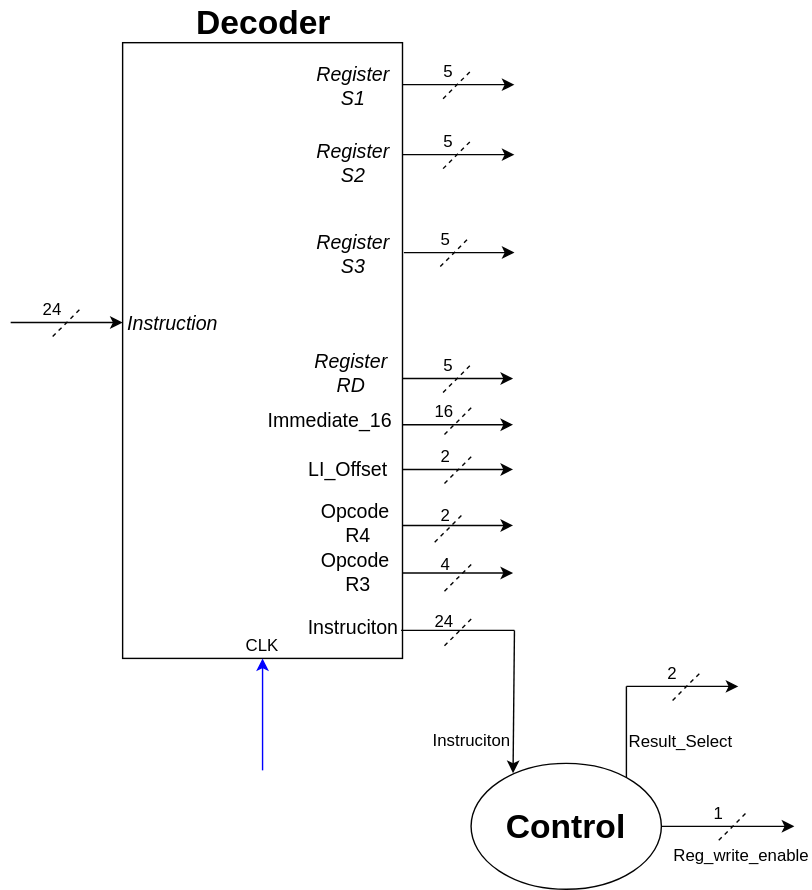
Above: Block_Diagrams_Schematic/Decoder_&_Control_Unit/Decoder___Control.svg in WilmerSuarez/Multimedia_Processor_ESE345 (draw.io), before the change. Source tidied: cells renumbered, new cells last; positions are measured from the earlier drawing's top-left corner, leaving out a move shared by most shapes. Its diagram source:
```xml
<mxGraphModel background="#ffffff">
  <root>
    <mxCell id="0" />
    <mxCell id="1" parent="0" />
    <mxCell id="2" style="endArrow=classic;html=1;strokeColor=#030303;" parent="1" edge="1">
      <mxGeometry relative="1" as="geometry">
        <mxPoint y="230" as="sourcePoint" />
        <mxPoint x="80" y="230" as="targetPoint" />
      </mxGeometry>
    </mxCell>
    <mxCell id="3" value="24" style="text;html=1;strokeColor=none;fillColor=none;align=center;verticalAlign=middle;whiteSpace=wrap;rounded=0;" parent="1" vertex="1">
      <mxGeometry x="10" y="210" width="40" height="20" as="geometry" />
    </mxCell>
    <mxCell id="4" style="rounded=0;whiteSpace=wrap;html=1;" parent="1" vertex="1">
      <mxGeometry x="80" y="30" width="200" height="440" as="geometry" />
    </mxCell>
    <mxCell id="5" value="&lt;b&gt;&lt;font style=&quot;font-size: 24px&quot;&gt;Decoder&lt;/font&gt;&lt;/b&gt;" style="text;html=1;strokeColor=none;fillColor=none;align=center;verticalAlign=middle;whiteSpace=wrap;rounded=0;" parent="1" vertex="1">
      <mxGeometry x="125" width="110" height="30" as="geometry" />
    </mxCell>
    <mxCell id="6" value="CLK" style="text;html=1;strokeColor=none;fillColor=none;align=center;verticalAlign=middle;whiteSpace=wrap;rounded=0;" parent="1" vertex="1">
      <mxGeometry x="160" y="450" width="40" height="20" as="geometry" />
    </mxCell>
    <mxCell id="7" style="endArrow=classic;html=1;strokeColor=#0000FF;" parent="1" edge="1">
      <mxGeometry relative="1" as="geometry">
        <mxPoint x="180" y="550" as="sourcePoint" />
        <mxPoint x="180" y="470" as="targetPoint" />
      </mxGeometry>
    </mxCell>
    <mxCell id="8" value="&lt;i&gt;&lt;font style=&quot;font-size: 14px&quot;&gt;Instruction&lt;/font&gt;&lt;/i&gt;" style="text;html=1;strokeColor=none;fillColor=none;align=center;verticalAlign=middle;whiteSpace=wrap;rounded=0;" parent="1" vertex="1">
      <mxGeometry x="80" y="220" width="70" height="20" as="geometry" />
    </mxCell>
    <mxCell id="9" value="&lt;i&gt;&lt;font style=&quot;font-size: 14px&quot;&gt;Register S1&lt;/font&gt;&lt;/i&gt;" style="text;html=1;strokeColor=none;fillColor=none;align=center;verticalAlign=middle;whiteSpace=wrap;rounded=0;" parent="1" vertex="1">
      <mxGeometry x="215" y="50" width="60" height="20" as="geometry" />
    </mxCell>
    <mxCell id="10" style="endArrow=none;dashed=1;html=1;strokeColor=#030303;" parent="1" edge="1">
      <mxGeometry relative="1" as="geometry">
        <mxPoint x="30" y="240" as="sourcePoint" />
        <mxPoint x="50" y="220" as="targetPoint" />
      </mxGeometry>
    </mxCell>
    <mxCell id="11" value="&lt;i&gt;&lt;font style=&quot;font-size: 14px&quot;&gt;Register S2&lt;/font&gt;&lt;/i&gt;" style="text;html=1;strokeColor=none;fillColor=none;align=center;verticalAlign=middle;whiteSpace=wrap;rounded=0;" parent="1" vertex="1">
      <mxGeometry x="215" y="105" width="60" height="20" as="geometry" />
    </mxCell>
    <mxCell id="12" value="&lt;i&gt;&lt;font style=&quot;font-size: 14px&quot;&gt;Register S3&lt;/font&gt;&lt;/i&gt;" style="text;html=1;strokeColor=none;fillColor=none;align=center;verticalAlign=middle;whiteSpace=wrap;rounded=0;" parent="1" vertex="1">
      <mxGeometry x="215" y="170" width="60" height="20" as="geometry" />
    </mxCell>
    <mxCell id="13" style="endArrow=classic;html=1;strokeColor=#030303;" parent="1" edge="1">
      <mxGeometry relative="1" as="geometry">
        <mxPoint x="280" y="60" as="sourcePoint" />
        <mxPoint x="360" y="60" as="targetPoint" />
      </mxGeometry>
    </mxCell>
    <mxCell id="14" value="&lt;i&gt;&lt;font style=&quot;font-size: 14px&quot;&gt;Register RD&lt;/font&gt;&lt;/i&gt;" style="text;html=1;strokeColor=none;fillColor=none;align=center;verticalAlign=middle;whiteSpace=wrap;rounded=0;direction=west;" parent="1" vertex="1">
      <mxGeometry x="215" y="255" width="57" height="20" as="geometry" />
    </mxCell>
    <mxCell id="15" value="&lt;font style=&quot;font-size: 14px&quot;&gt;Immediate_16&lt;/font&gt;" style="text;html=1;" parent="1" vertex="1">
      <mxGeometry x="182" y="285" width="90" height="30" as="geometry" />
    </mxCell>
    <mxCell id="16" style="endArrow=classic;html=1;strokeColor=#030303;" parent="1" edge="1">
      <mxGeometry relative="1" as="geometry">
        <mxPoint x="280" y="110" as="sourcePoint" />
        <mxPoint x="360" y="110" as="targetPoint" />
      </mxGeometry>
    </mxCell>
    <mxCell id="17" style="endArrow=classic;html=1;strokeColor=#030303;" parent="1" edge="1">
      <mxGeometry relative="1" as="geometry">
        <mxPoint x="281" y="180" as="sourcePoint" />
        <mxPoint x="360" y="180" as="targetPoint" />
      </mxGeometry>
    </mxCell>
    <mxCell id="18" style="ellipse;whiteSpace=wrap;html=1;strokeColor=#030303;" parent="1" vertex="1">
      <mxGeometry x="329" y="545" width="136" height="90" as="geometry" />
    </mxCell>
    <mxCell id="19" value="&lt;b&gt;&lt;font style=&quot;font-size: 24px&quot;&gt;Control&lt;/font&gt;&lt;/b&gt;" style="text;html=1;strokeColor=none;fillColor=none;align=center;verticalAlign=middle;whiteSpace=wrap;rounded=0;" parent="1" vertex="1">
      <mxGeometry x="342" y="580" width="110" height="20" as="geometry" />
    </mxCell>
    <mxCell id="20" value="&lt;font style=&quot;font-size: 14px&quot;&gt;LI_Offset&lt;/font&gt;" style="text;html=1;" parent="1" vertex="1">
      <mxGeometry x="211" y="320" width="64" height="30" as="geometry" />
    </mxCell>
    <mxCell id="21" value="&lt;div style=&quot;text-align: center&quot;&gt;&lt;span style=&quot;font-size: 14px&quot;&gt;Opcode&amp;nbsp;&lt;/span&gt;&lt;/div&gt;&lt;div style=&quot;text-align: center&quot;&gt;&lt;span style=&quot;font-size: 14px&quot;&gt;R4&lt;/span&gt;&lt;/div&gt;" style="text;html=1;" parent="1" vertex="1">
      <mxGeometry x="220" y="350" width="55" height="30" as="geometry" />
    </mxCell>
    <mxCell id="22" value="&lt;div style=&quot;text-align: center&quot;&gt;&lt;span style=&quot;font-size: 14px&quot;&gt;Opcode&amp;nbsp;&lt;/span&gt;&lt;/div&gt;&lt;div style=&quot;text-align: center&quot;&gt;&lt;font style=&quot;font-size: 14px&quot;&gt;R3&lt;/font&gt;&lt;/div&gt;" style="text;html=1;" parent="1" vertex="1">
      <mxGeometry x="220" y="385" width="55" height="30" as="geometry" />
    </mxCell>
    <mxCell id="23" value="5" style="text;html=1;strokeColor=none;fillColor=none;align=center;verticalAlign=middle;whiteSpace=wrap;rounded=0;" parent="1" vertex="1">
      <mxGeometry x="292" y="250" width="40" height="20" as="geometry" />
    </mxCell>
    <mxCell id="24" value="16" style="text;html=1;strokeColor=none;fillColor=none;align=center;verticalAlign=middle;whiteSpace=wrap;rounded=0;" parent="1" vertex="1">
      <mxGeometry x="290" y="283" width="40" height="20" as="geometry" />
    </mxCell>
    <mxCell id="25" value="2" style="text;html=1;strokeColor=none;fillColor=none;align=center;verticalAlign=middle;whiteSpace=wrap;rounded=0;" parent="1" vertex="1">
      <mxGeometry x="290" y="315" width="40" height="20" as="geometry" />
    </mxCell>
    <mxCell id="26" style="endArrow=none;dashed=1;html=1;strokeColor=#030303;" parent="1" edge="1">
      <mxGeometry relative="1" as="geometry">
        <mxPoint x="310" y="310" as="sourcePoint" />
        <mxPoint x="330" y="290" as="targetPoint" />
      </mxGeometry>
    </mxCell>
    <mxCell id="27" style="endArrow=none;html=1;shadow=0;strokeColor=#030303;fillColor=#000099;exitX=0.818;exitY=0.116;exitPerimeter=0;" parent="1" edge="1" source="18">
      <mxGeometry relative="1" as="geometry">
        <mxPoint x="440" y="490" as="targetPoint" />
        <Array as="points">
          <mxPoint x="440" y="520" />
        </Array>
      </mxGeometry>
    </mxCell>
    <mxCell id="28" style="endArrow=classic;html=1;shadow=0;strokeColor=#030303;fillColor=#000099;" parent="1" edge="1">
      <mxGeometry relative="1" as="geometry">
        <mxPoint x="440" y="490" as="sourcePoint" />
        <mxPoint x="520" y="490" as="targetPoint" />
      </mxGeometry>
    </mxCell>
    <mxCell id="29" value="&lt;font style=&quot;font-size: 14px&quot;&gt;Instruciton&lt;/font&gt;" style="text;html=1;strokeColor=none;fillColor=none;align=center;verticalAlign=middle;whiteSpace=wrap;rounded=0;" parent="1" vertex="1">
      <mxGeometry x="224" y="437" width="40" height="20" as="geometry" />
    </mxCell>
    <mxCell id="30" style="endArrow=none;html=1;shadow=0;strokeColor=#030303;fillColor=#000099;exitX=0.996;exitY=0.954;exitPerimeter=0;" parent="1" edge="1" source="4">
      <mxGeometry relative="1" as="geometry">
        <mxPoint x="360" y="450" as="targetPoint" />
      </mxGeometry>
    </mxCell>
    <mxCell id="31" style="endArrow=none;dashed=1;html=1;strokeColor=#030303;" parent="1" edge="1">
      <mxGeometry relative="1" as="geometry">
        <mxPoint x="310" y="345" as="sourcePoint" />
        <mxPoint x="330" y="325" as="targetPoint" />
      </mxGeometry>
    </mxCell>
    <mxCell id="32" value="24" style="text;html=1;strokeColor=none;fillColor=none;align=center;verticalAlign=middle;whiteSpace=wrap;rounded=0;" parent="1" vertex="1">
      <mxGeometry x="290" y="433" width="40" height="20" as="geometry" />
    </mxCell>
    <mxCell id="33" style="endArrow=none;dashed=1;html=1;strokeColor=#030303;" parent="1" edge="1">
      <mxGeometry relative="1" as="geometry">
        <mxPoint x="310" y="461" as="sourcePoint" />
        <mxPoint x="330" y="441" as="targetPoint" />
      </mxGeometry>
    </mxCell>
    <mxCell id="34" style="endArrow=none;dashed=1;html=1;strokeColor=#030303;" parent="1" edge="1">
      <mxGeometry relative="1" as="geometry">
        <mxPoint x="303" y="387" as="sourcePoint" />
        <mxPoint x="323" y="367" as="targetPoint" />
      </mxGeometry>
    </mxCell>
    <mxCell id="35" value="2" style="text;html=1;strokeColor=none;fillColor=none;align=center;verticalAlign=middle;whiteSpace=wrap;rounded=0;" parent="1" vertex="1">
      <mxGeometry x="290" y="357" width="40" height="20" as="geometry" />
    </mxCell>
    <mxCell id="36" style="endArrow=none;dashed=1;html=1;strokeColor=#030303;" parent="1" edge="1">
      <mxGeometry relative="1" as="geometry">
        <mxPoint x="310" y="422" as="sourcePoint" />
        <mxPoint x="330" y="402" as="targetPoint" />
      </mxGeometry>
    </mxCell>
    <mxCell id="37" value="4" style="text;html=1;strokeColor=none;fillColor=none;align=center;verticalAlign=middle;whiteSpace=wrap;rounded=0;" parent="1" vertex="1">
      <mxGeometry x="290" y="392" width="40" height="20" as="geometry" />
    </mxCell>
    <mxCell id="38" style="endArrow=classic;html=1;strokeColor=#030303;" parent="1" edge="1">
      <mxGeometry relative="1" as="geometry">
        <mxPoint x="280" y="409" as="sourcePoint" />
        <mxPoint x="359" y="409" as="targetPoint" />
      </mxGeometry>
    </mxCell>
    <mxCell id="39" style="endArrow=classic;html=1;strokeColor=#030303;" parent="1" edge="1">
      <mxGeometry relative="1" as="geometry">
        <mxPoint x="280" y="375" as="sourcePoint" />
        <mxPoint x="359" y="375" as="targetPoint" />
      </mxGeometry>
    </mxCell>
    <mxCell id="40" style="endArrow=classic;html=1;strokeColor=#030303;" parent="1" edge="1">
      <mxGeometry relative="1" as="geometry">
        <mxPoint x="280" y="335" as="sourcePoint" />
        <mxPoint x="359" y="335" as="targetPoint" />
      </mxGeometry>
    </mxCell>
    <mxCell id="41" style="endArrow=classic;html=1;strokeColor=#030303;" parent="1" edge="1">
      <mxGeometry relative="1" as="geometry">
        <mxPoint x="280" y="303" as="sourcePoint" />
        <mxPoint x="359" y="303" as="targetPoint" />
      </mxGeometry>
    </mxCell>
    <mxCell id="42" style="endArrow=classic;html=1;strokeColor=#030303;" parent="1" edge="1">
      <mxGeometry relative="1" as="geometry">
        <mxPoint x="280" y="270" as="sourcePoint" />
        <mxPoint x="359" y="270" as="targetPoint" />
      </mxGeometry>
    </mxCell>
    <mxCell id="43" style="endArrow=none;dashed=1;html=1;strokeColor=#030303;" parent="1" edge="1">
      <mxGeometry relative="1" as="geometry">
        <mxPoint x="309" y="280" as="sourcePoint" />
        <mxPoint x="329" y="260" as="targetPoint" />
      </mxGeometry>
    </mxCell>
    <mxCell id="44" style="endArrow=classic;html=1;shadow=0;strokeColor=#030303;fillColor=#000099;entryX=0.223;entryY=0.081;entryPerimeter=0;" parent="1" edge="1" target="18">
      <mxGeometry relative="1" as="geometry">
        <mxPoint x="360" y="450" as="sourcePoint" />
      </mxGeometry>
    </mxCell>
    <mxCell id="45" style="endArrow=none;dashed=1;html=1;strokeColor=#030303;" parent="1" edge="1">
      <mxGeometry relative="1" as="geometry">
        <mxPoint x="473" y="500" as="sourcePoint" />
        <mxPoint x="493" y="480" as="targetPoint" />
      </mxGeometry>
    </mxCell>
    <mxCell id="46" value="2" style="text;html=1;strokeColor=none;fillColor=none;align=center;verticalAlign=middle;whiteSpace=wrap;rounded=0;" parent="1" vertex="1">
      <mxGeometry x="452" y="470" width="40" height="20" as="geometry" />
    </mxCell>
    <mxCell id="47" value="Result_Select&lt;div&gt;&lt;br&gt;&lt;/div&gt;" style="text;html=1;align=left;verticalAlign=top;spacingTop=-4;" parent="1" vertex="1">
      <mxGeometry x="440" y="520" width="90" height="30" as="geometry" />
    </mxCell>
    <mxCell id="48" value="Instruciton" style="text;html=1;" parent="1" vertex="1">
      <mxGeometry x="300" y="515" width="80" height="30" as="geometry" />
    </mxCell>
    <mxCell id="49" value="5" style="text;html=1;strokeColor=none;fillColor=none;align=center;verticalAlign=middle;whiteSpace=wrap;rounded=0;" parent="1" vertex="1">
      <mxGeometry x="290" y="160" width="40" height="20" as="geometry" />
    </mxCell>
    <mxCell id="50" style="endArrow=none;dashed=1;html=1;strokeColor=#030303;" parent="1" edge="1">
      <mxGeometry relative="1" as="geometry">
        <mxPoint x="307" y="190" as="sourcePoint" />
        <mxPoint x="327" y="170" as="targetPoint" />
      </mxGeometry>
    </mxCell>
    <mxCell id="51" value="5" style="text;html=1;strokeColor=none;fillColor=none;align=center;verticalAlign=middle;whiteSpace=wrap;rounded=0;" parent="1" vertex="1">
      <mxGeometry x="292" y="90" width="40" height="20" as="geometry" />
    </mxCell>
    <mxCell id="52" style="endArrow=none;dashed=1;html=1;strokeColor=#030303;" parent="1" edge="1">
      <mxGeometry relative="1" as="geometry">
        <mxPoint x="309" y="120" as="sourcePoint" />
        <mxPoint x="329" y="100" as="targetPoint" />
      </mxGeometry>
    </mxCell>
    <mxCell id="53" value="5" style="text;html=1;strokeColor=none;fillColor=none;align=center;verticalAlign=middle;whiteSpace=wrap;rounded=0;" parent="1" vertex="1">
      <mxGeometry x="292" y="40" width="40" height="20" as="geometry" />
    </mxCell>
    <mxCell id="54" style="endArrow=none;dashed=1;html=1;strokeColor=#030303;" parent="1" edge="1">
      <mxGeometry relative="1" as="geometry">
        <mxPoint x="309" y="70" as="sourcePoint" />
        <mxPoint x="329" y="50" as="targetPoint" />
      </mxGeometry>
    </mxCell>
    <mxCell id="55" style="endArrow=classic;html=1;shadow=0;strokeColor=#030303;fillColor=#000099;exitX=1;exitY=0.5;" parent="1" edge="1" source="18">
      <mxGeometry relative="1" as="geometry">
        <mxPoint x="560" y="590" as="targetPoint" />
      </mxGeometry>
    </mxCell>
    <mxCell id="56" style="endArrow=none;dashed=1;html=1;strokeColor=#030303;" parent="1" edge="1">
      <mxGeometry relative="1" as="geometry">
        <mxPoint x="506" y="600" as="sourcePoint" />
        <mxPoint x="526" y="580" as="targetPoint" />
      </mxGeometry>
    </mxCell>
    <mxCell id="57" value="1" style="text;html=1;strokeColor=none;fillColor=none;align=center;verticalAlign=middle;whiteSpace=wrap;rounded=0;" parent="1" vertex="1">
      <mxGeometry x="485" y="570" width="40" height="20" as="geometry" />
    </mxCell>
    <mxCell id="58" value="Reg_write_enable" style="text;html=1;" parent="1" vertex="1">
      <mxGeometry x="472" y="597" width="100" height="30" as="geometry" />
    </mxCell>
  </root>
</mxGraphModel>
```
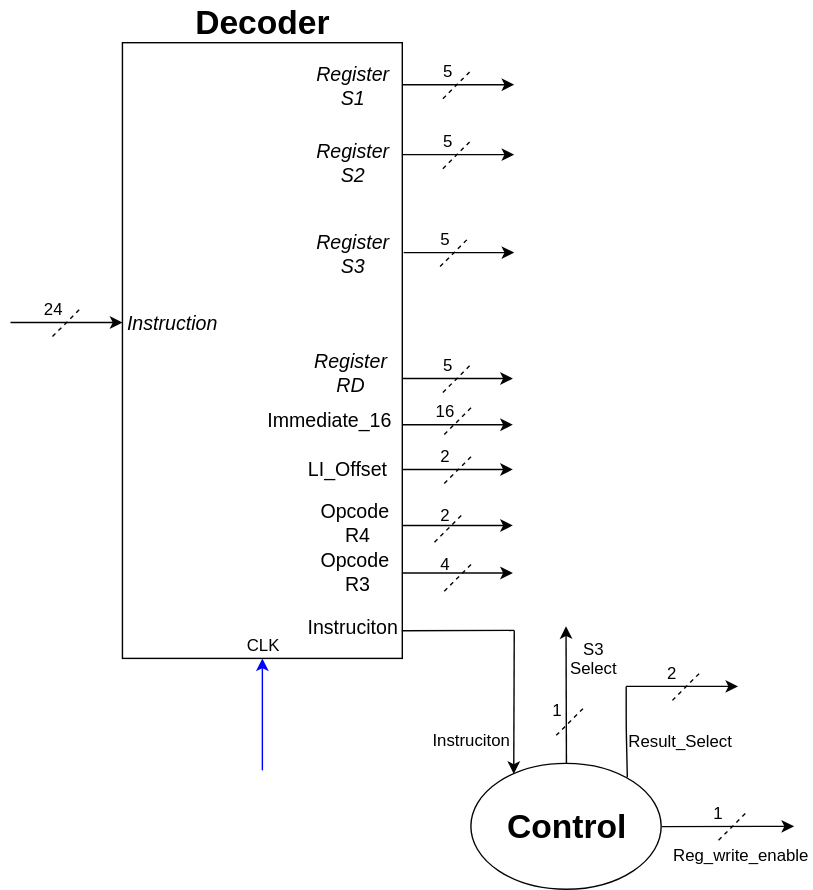
After the commit.

Change to the diagram source:
```diff
@@ -126,13 +126,13 @@
         <mxPoint x="330" y="325" as="targetPoint" />
       </mxGeometry>
     </mxCell>
-    <mxCell id="32" value="24" style="text;html=1;strokeColor=none;fillColor=none;align=center;verticalAlign=middle;whiteSpace=wrap;rounded=0;" parent="1" vertex="1">
-      <mxGeometry x="290" y="433" width="40" height="20" as="geometry" />
+    <mxCell id="32" value="1" style="text;html=1;strokeColor=none;fillColor=none;align=center;verticalAlign=middle;whiteSpace=wrap;rounded=0;" parent="1" vertex="1">
+      <mxGeometry x="370" y="497" width="40" height="20" as="geometry" />
     </mxCell>
     <mxCell id="33" style="endArrow=none;dashed=1;html=1;strokeColor=#030303;" parent="1" edge="1">
       <mxGeometry relative="1" as="geometry">
-        <mxPoint x="310" y="461" as="sourcePoint" />
-        <mxPoint x="330" y="441" as="targetPoint" />
+        <mxPoint x="390" y="525" as="sourcePoint" />
+        <mxPoint x="410" y="505" as="targetPoint" />
       </mxGeometry>
     </mxCell>
     <mxCell id="34" style="endArrow=none;dashed=1;html=1;strokeColor=#030303;" parent="1" edge="1">
@@ -253,5 +253,13 @@
     <mxCell id="58" value="Reg_write_enable" style="text;html=1;" parent="1" vertex="1">
       <mxGeometry x="472" y="597" width="100" height="30" as="geometry" />
     </mxCell>
+    <mxCell id="59" style="endArrow=classic;html=1;exitX=0.5;exitY=0;" parent="1" edge="1" source="18">
+      <mxGeometry relative="1" as="geometry">
+        <mxPoint x="397" y="447" as="targetPoint" />
+      </mxGeometry>
+    </mxCell>
+    <mxCell id="60" value="S3 Select" style="text;html=1;strokeColor=none;fillColor=none;align=center;verticalAlign=middle;whiteSpace=wrap;rounded=0;" parent="1" vertex="1">
+      <mxGeometry x="397" y="460" width="40" height="20" as="geometry" />
+    </mxCell>
   </root>
 </mxGraphModel>
```
